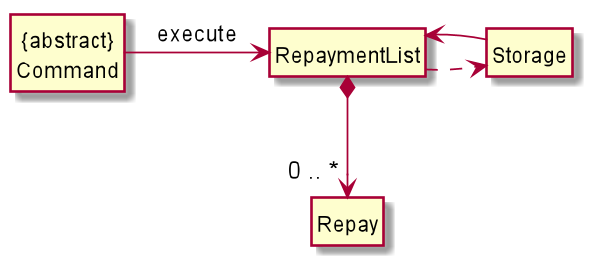
xieyaoyue/tp keeps this PlantUML diagram as docs/images/repaymentListClass.png. Above is the earlier version.
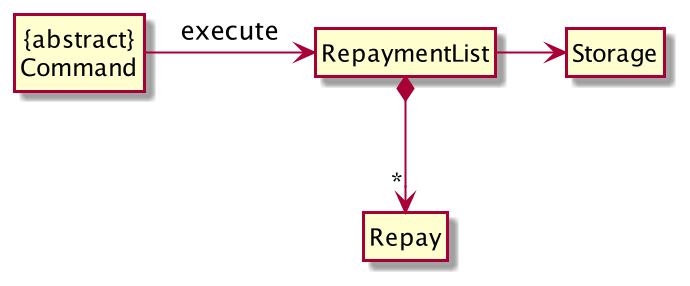
After the change.

Commit message:
Update UML for architecture, repayment, spending lists

Change to the diagram source:
```diff
@@ -8,9 +8,8 @@
 class RepaymentList
 class Repay
 
-RepaymentList *--> "0 .. *" Repay
+RepaymentList *--> "*" Repay
 "{abstract}\nCommand" -right-> RepaymentList : execute
-RepaymentList ..> Storage
-Storage -> RepaymentList
+RepaymentList -> Storage
 
 @enduml
```
